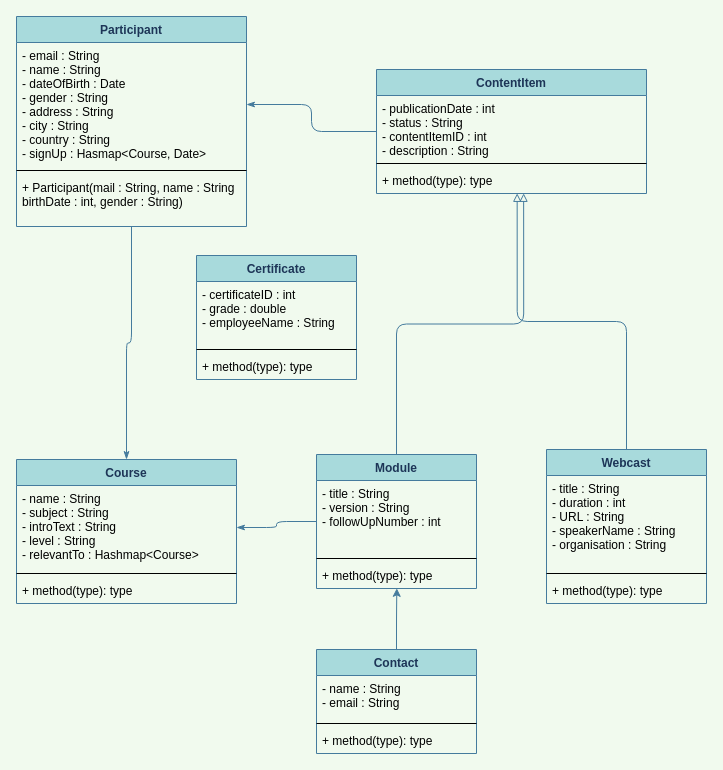
Above: Diagrammen/Class diagram.drawio in TeaDrinkingProgrammer/MRLS-programmeren2 (draw.io), before the change. Source tidied: cells renumbered, new cells numbered last; positions are measured from the earlier drawing's top-left corner, leaving out a move shared by most shapes. Both pictures are drawn from the tidied source at 100%, with x=0, y=0 at pixel (16, 16).
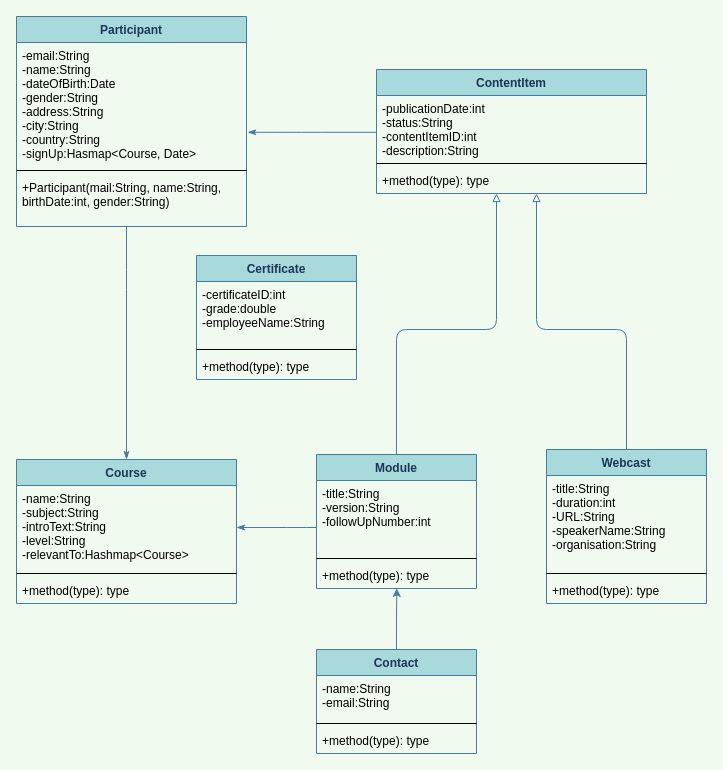
The same diagram, later.

Commit message:
Verfijnde class diagram

The change refers to these unchanged cells:
```xml
<mxCell id="3" value="ContentItem" style="swimlane;fontStyle=1;align=center;verticalAlign=top;horizontal=1;startSize=26;rounded=0;sketch=0;strokeColor=#457B9D;fillColor=#A8DADC;fontColor=#1D3557;" parent="1" vertex="1">
  <mxGeometry x="360" y="53" width="270" height="124" as="geometry" />
</mxCell>
<mxCell id="9" value="Module" style="swimlane;fontStyle=1;align=center;verticalAlign=top;horizontal=1;startSize=26;rounded=0;sketch=0;strokeColor=#457B9D;fillColor=#A8DADC;fontColor=#1D3557;" parent="1" vertex="1">
  <mxGeometry x="300" y="438" width="160" height="134" as="geometry" />
</mxCell>
<mxCell id="14" value="Webcast" style="swimlane;fontStyle=1;align=center;verticalAlign=top;horizontal=1;startSize=26;rounded=0;sketch=0;strokeColor=#457B9D;fillColor=#A8DADC;fontColor=#1D3557;" parent="1" vertex="1">
  <mxGeometry x="530" y="433" width="160" height="154" as="geometry" />
</mxCell>
<mxCell id="18" value="Course" style="swimlane;fontStyle=1;align=center;verticalAlign=top;horizontal=1;startSize=26;rounded=0;sketch=0;strokeColor=#457B9D;fillColor=#A8DADC;fontColor=#1D3557;" parent="1" vertex="1">
  <mxGeometry y="443" width="220" height="144" as="geometry" />
</mxCell>
<mxCell id="23" value="Participant" style="swimlane;fontStyle=1;align=center;verticalAlign=top;horizontal=1;startSize=26;rounded=0;sketch=0;strokeColor=#457B9D;fillColor=#A8DADC;fontColor=#1D3557;" parent="1" vertex="1">
  <mxGeometry width="230" height="210" as="geometry" />
</mxCell>
<mxCell id="27" value="Certificate" style="swimlane;fontStyle=1;align=center;verticalAlign=top;horizontal=1;startSize=26;rounded=0;sketch=0;strokeColor=#457B9D;fillColor=#A8DADC;fontColor=#1D3557;" parent="1" vertex="1">
  <mxGeometry x="180" y="239" width="160" height="124" as="geometry" />
</mxCell>
<mxCell id="32" value="Contact" style="swimlane;fontStyle=1;align=center;verticalAlign=top;horizontal=1;startSize=26;rounded=0;sketch=0;strokeColor=#457B9D;fillColor=#A8DADC;fontColor=#1D3557;" parent="1" vertex="1">
  <mxGeometry x="300" y="633" width="160" height="104" as="geometry" />
</mxCell>
```

What changed in the source:
```diff
@@
-    <mxCell id="2" style="edgeStyle=orthogonalEdgeStyle;curved=0;rounded=1;sketch=0;jettySize=auto;html=1;startArrow=none;startFill=0;endArrow=classicThin;endFill=1;strokeColor=#457B9D;fillColor=#A8DADC;fontColor=#1D3557;" parent="1" edge="1" source="3" target="24">
-      <mxGeometry relative="1" as="geometry" />
+    <mxCell id="2" style="edgeStyle=orthogonalEdgeStyle;curved=0;rounded=1;sketch=0;jettySize=auto;html=1;startArrow=none;startFill=0;endArrow=classicThin;endFill=1;strokeColor=#457B9D;fillColor=#A8DADC;fontColor=#1D3557;entryX=1.005;entryY=0.724;entryDx=0;entryDy=0;entryPerimeter=0;" parent="1" edge="1" source="3" target="24">
+      <mxGeometry relative="1" as="geometry">
+        <Array as="points">
+          <mxPoint x="295" y="115" />
+        </Array>
+      </mxGeometry>
     </mxCell>
@@
-    <mxCell id="4" value="- publicationDate : int&#10;- status : String&#10;- contentItemID : int&#10;- description : String" style="text;strokeColor=none;fillColor=none;align=left;verticalAlign=top;spacingLeft=4;spacingRight=4;overflow=hidden;" parent="3" vertex="1">
+    <mxCell id="4" value="-publicationDate:int&#10;-status:String&#10;-contentItemID:int&#10;-description:String" style="text;strokeColor=none;fillColor=none;align=left;verticalAlign=top;spacingLeft=4;spacingRight=4;overflow=hidden;" parent="3" vertex="1">
       <mxGeometry y="26" width="270" height="64" as="geometry" />
     </mxCell>
@@
-    <mxCell id="6" value="+ method(type): type" style="text;strokeColor=none;fillColor=none;align=left;verticalAlign=top;spacingLeft=4;spacingRight=4;overflow=hidden;points=[[0,0.5],[1,0.5]];portConstraint=eastwest;" parent="3" vertex="1">
+    <mxCell id="6" value="+method(type): type" style="text;strokeColor=none;fillColor=none;align=left;verticalAlign=top;spacingLeft=4;spacingRight=4;overflow=hidden;points=[[0,0.5],[1,0.5]];portConstraint=eastwest;" parent="3" vertex="1">
       <mxGeometry y="98" width="270" height="26" as="geometry" />
     </mxCell>
-    <mxCell id="7" style="edgeStyle=orthogonalEdgeStyle;curved=0;rounded=1;sketch=0;jettySize=auto;html=1;entryX=0.545;entryY=0.993;entryDx=0;entryDy=0;entryPerimeter=0;startArrow=none;startFill=0;endArrow=block;endFill=0;strokeColor=#457B9D;fillColor=#A8DADC;fontColor=#1D3557;" parent="1" edge="1" source="9" target="6">
-      <mxGeometry relative="1" as="geometry" />
+    <mxCell id="7" style="edgeStyle=orthogonalEdgeStyle;curved=0;rounded=1;sketch=0;jettySize=auto;html=1;startArrow=none;startFill=0;endArrow=block;endFill=0;strokeColor=#457B9D;fillColor=#A8DADC;fontColor=#1D3557;" parent="1" edge="1" source="9">
+      <mxGeometry relative="1" as="geometry">
+        <mxPoint x="480" y="177" as="targetPoint" />
+        <Array as="points">
+          <mxPoint x="380" y="313" />
+          <mxPoint x="480" y="313" />
+        </Array>
+      </mxGeometry>
     </mxCell>
     <mxCell id="8" style="edgeStyle=orthogonalEdgeStyle;curved=0;rounded=1;sketch=0;jettySize=auto;html=1;entryX=1;entryY=0.5;entryDx=0;entryDy=0;startArrow=none;startFill=0;endArrow=classicThin;endFill=1;strokeColor=#457B9D;fillColor=#A8DADC;fontColor=#1D3557;" parent="1" edge="1" source="9" target="19">
-      <mxGeometry relative="1" as="geometry" />
+      <mxGeometry relative="1" as="geometry">
+        <Array as="points">
+          <mxPoint x="280" y="511" />
+          <mxPoint x="280" y="511" />
+        </Array>
+      </mxGeometry>
     </mxCell>
@@
-    <mxCell id="10" value="- title : String&#10;- version : String&#10;- followUpNumber : int" style="text;strokeColor=none;fillColor=none;align=left;verticalAlign=top;spacingLeft=4;spacingRight=4;overflow=hidden;" parent="9" vertex="1">
+    <mxCell id="10" value="-title:String&#10;-version:String&#10;-followUpNumber:int" style="text;strokeColor=none;fillColor=none;align=left;verticalAlign=top;spacingLeft=4;spacingRight=4;overflow=hidden;" parent="9" vertex="1">
       <mxGeometry y="26" width="160" height="74" as="geometry" />
     </mxCell>
@@
-    <mxCell id="12" value="+ method(type): type" style="text;strokeColor=none;fillColor=none;align=left;verticalAlign=top;spacingLeft=4;spacingRight=4;overflow=hidden;points=[[0,0.5],[1,0.5]];portConstraint=eastwest;" parent="9" vertex="1">
+    <mxCell id="12" value="+method(type): type" style="text;strokeColor=none;fillColor=none;align=left;verticalAlign=top;spacingLeft=4;spacingRight=4;overflow=hidden;points=[[0,0.5],[1,0.5]];portConstraint=eastwest;" parent="9" vertex="1">
       <mxGeometry y="108" width="160" height="26" as="geometry" />
     </mxCell>
-    <mxCell id="13" style="edgeStyle=orthogonalEdgeStyle;curved=0;rounded=1;sketch=0;jettySize=auto;html=1;entryX=0.521;entryY=0.993;entryDx=0;entryDy=0;entryPerimeter=0;startArrow=none;startFill=0;endArrow=block;endFill=0;strokeColor=#457B9D;fillColor=#A8DADC;fontColor=#1D3557;" parent="1" edge="1" source="14" target="6">
-      <mxGeometry relative="1" as="geometry" />
+    <mxCell id="13" style="edgeStyle=orthogonalEdgeStyle;curved=0;rounded=1;sketch=0;jettySize=auto;html=1;startArrow=none;startFill=0;endArrow=block;endFill=0;strokeColor=#457B9D;fillColor=#A8DADC;fontColor=#1D3557;" parent="1" edge="1" source="14">
+      <mxGeometry relative="1" as="geometry">
+        <mxPoint x="520" y="177" as="targetPoint" />
+        <Array as="points">
+          <mxPoint x="610" y="313" />
+          <mxPoint x="520" y="313" />
+          <mxPoint x="520" y="177" />
+        </Array>
+      </mxGeometry>
     </mxCell>
@@
-    <mxCell id="15" value="- title : String&#10;- duration : int&#10;- URL : String&#10;- speakerName : String&#10;- organisation : String" style="text;strokeColor=none;fillColor=none;align=left;verticalAlign=top;spacingLeft=4;spacingRight=4;overflow=hidden;fontStyle=0;" parent="14" vertex="1">
+    <mxCell id="15" value="-title:String&#10;-duration:int&#10;-URL:String&#10;-speakerName:String&#10;-organisation:String" style="text;strokeColor=none;fillColor=none;align=left;verticalAlign=top;spacingLeft=4;spacingRight=4;overflow=hidden;fontStyle=0;" parent="14" vertex="1">
       <mxGeometry y="26" width="160" height="94" as="geometry" />
     </mxCell>
@@
-    <mxCell id="17" value="+ method(type): type" style="text;strokeColor=none;fillColor=none;align=left;verticalAlign=top;spacingLeft=4;spacingRight=4;overflow=hidden;" parent="14" vertex="1">
+    <mxCell id="17" value="+method(type): type" style="text;strokeColor=none;fillColor=none;align=left;verticalAlign=top;spacingLeft=4;spacingRight=4;overflow=hidden;" parent="14" vertex="1">
       <mxGeometry y="128" width="160" height="26" as="geometry" />
     </mxCell>
@@
-    <mxCell id="19" value="- name : String&#10;- subject : String&#10;- introText : String&#10;- level : String&#10;- relevantTo : Hashmap&lt;Course&gt;" style="text;strokeColor=none;fillColor=none;align=left;verticalAlign=top;spacingLeft=4;spacingRight=4;overflow=hidden;points=[[0,0.5],[1,0.5]];portConstraint=eastwest;" parent="18" vertex="1">
+    <mxCell id="19" value="-name:String&#10;-subject:String&#10;-introText:String&#10;-level:String&#10;-relevantTo:Hashmap&lt;Course&gt;" style="text;strokeColor=none;fillColor=none;align=left;verticalAlign=top;spacingLeft=4;spacingRight=4;overflow=hidden;points=[[0,0.5],[1,0.5]];portConstraint=eastwest;" parent="18" vertex="1">
       <mxGeometry y="26" width="220" height="84" as="geometry" />
     </mxCell>
@@
-    <mxCell id="21" value="+ method(type): type" style="text;strokeColor=none;fillColor=none;align=left;verticalAlign=top;spacingLeft=4;spacingRight=4;overflow=hidden;" parent="18" vertex="1">
+    <mxCell id="21" value="+method(type): type" style="text;strokeColor=none;fillColor=none;align=left;verticalAlign=top;spacingLeft=4;spacingRight=4;overflow=hidden;" parent="18" vertex="1">
       <mxGeometry y="118" width="220" height="26" as="geometry" />
     </mxCell>
     <mxCell id="22" style="edgeStyle=orthogonalEdgeStyle;curved=0;rounded=1;sketch=0;jettySize=auto;html=1;entryX=0.5;entryY=0;entryDx=0;entryDy=0;startArrow=none;startFill=0;endArrow=classicThin;endFill=1;strokeColor=#457B9D;fillColor=#A8DADC;fontColor=#1D3557;" parent="1" edge="1" source="23" target="18">
-      <mxGeometry relative="1" as="geometry" />
+      <mxGeometry relative="1" as="geometry">
+        <Array as="points">
+          <mxPoint x="110" y="263" />
+          <mxPoint x="110" y="263" />
+        </Array>
+      </mxGeometry>
     </mxCell>
@@
-    <mxCell id="24" value="- email : String&#10;- name : String&#10;- dateOfBirth : Date&#10;- gender : String&#10;- address : String&#10;- city : String&#10;- country : String&#10;- signUp : Hasmap&lt;Course, Date&gt;" style="text;strokeColor=none;fillColor=none;align=left;verticalAlign=top;spacingLeft=4;spacingRight=4;overflow=hidden;points=[[0,0.5],[1,0.5]];portConstraint=eastwest;" parent="23" vertex="1">
+    <mxCell id="24" value="-email:String&#10;-name:String&#10;-dateOfBirth:Date&#10;-gender:String&#10;-address:String&#10;-city:String&#10;-country:String&#10;-signUp:Hasmap&lt;Course, Date&gt;" style="text;strokeColor=none;fillColor=none;align=left;verticalAlign=top;spacingLeft=4;spacingRight=4;overflow=hidden;points=[[0,0.5],[1,0.5]];portConstraint=eastwest;" parent="23" vertex="1">
       <mxGeometry y="26" width="230" height="124" as="geometry" />
     </mxCell>
@@
-    <mxCell id="26" value="+ Participant(mail : String, name : String&#10;birthDate : int, gender : String)" style="text;strokeColor=none;fillColor=none;align=left;verticalAlign=top;spacingLeft=4;spacingRight=4;overflow=hidden;" parent="23" vertex="1">
+    <mxCell id="26" value="+Participant(mail:String, name:String,&#10;birthDate:int, gender:String)" style="text;strokeColor=none;fillColor=none;align=left;verticalAlign=top;spacingLeft=4;spacingRight=4;overflow=hidden;" parent="23" vertex="1">
       <mxGeometry y="158" width="230" height="52" as="geometry" />
     </mxCell>
@@
-    <mxCell id="28" value="- certificateID : int&#10;- grade : double&#10;- employeeName : String&#10;" style="text;strokeColor=none;fillColor=none;align=left;verticalAlign=top;spacingLeft=4;spacingRight=4;overflow=hidden;" parent="27" vertex="1">
+    <mxCell id="28" value="-certificateID:int&#10;-grade:double&#10;-employeeName:String&#10;" style="text;strokeColor=none;fillColor=none;align=left;verticalAlign=top;spacingLeft=4;spacingRight=4;overflow=hidden;" parent="27" vertex="1">
       <mxGeometry y="26" width="160" height="64" as="geometry" />
     </mxCell>
@@
-    <mxCell id="30" value="+ method(type): type" style="text;strokeColor=none;fillColor=none;align=left;verticalAlign=top;spacingLeft=4;spacingRight=4;overflow=hidden;" parent="27" vertex="1">
+    <mxCell id="30" value="+method(type): type" style="text;strokeColor=none;fillColor=none;align=left;verticalAlign=top;spacingLeft=4;spacingRight=4;overflow=hidden;" parent="27" vertex="1">
       <mxGeometry y="98" width="160" height="26" as="geometry" />
     </mxCell>
@@
-    <mxCell id="33" value="- name : String&#10;- email : String" style="text;strokeColor=none;fillColor=none;align=left;verticalAlign=top;spacingLeft=4;spacingRight=4;overflow=hidden;" parent="32" vertex="1">
+    <mxCell id="33" value="-name:String&#10;-email:String" style="text;strokeColor=none;fillColor=none;align=left;verticalAlign=top;spacingLeft=4;spacingRight=4;overflow=hidden;" parent="32" vertex="1">
       <mxGeometry y="26" width="160" height="44" as="geometry" />
     </mxCell>
@@
-    <mxCell id="35" value="+ method(type): type" style="text;strokeColor=none;fillColor=none;align=left;verticalAlign=top;spacingLeft=4;spacingRight=4;overflow=hidden;" parent="32" vertex="1">
+    <mxCell id="35" value="+method(type): type" style="text;strokeColor=none;fillColor=none;align=left;verticalAlign=top;spacingLeft=4;spacingRight=4;overflow=hidden;" parent="32" vertex="1">
       <mxGeometry y="78" width="160" height="26" as="geometry" />
     </mxCell>
```
